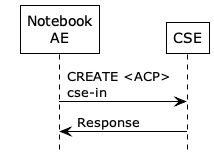
This is images/05/create_acp.png from ankraft/onem2m-jupyter-notebooks, a PlantUML export, as it was before one commit. Its diagram source:
```plantuml
@startuml
hide footbox
!theme plain
skinparam backgroundcolor transparent

participant "Notebook\nAE" as AE
participant "CSE" as CSE

AE -> CSE: CREATE <ACP>\ncse-in
AE <- CSE: Response

@enduml
```
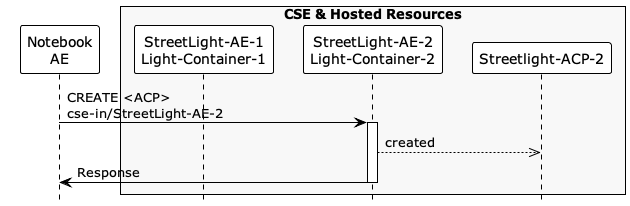
Above is the later version.

Diff of the diagram source:
```diff
@@ -3,10 +3,17 @@
 !theme plain
 skinparam backgroundcolor transparent
 
+
 participant "Notebook\nAE" as AE
-participant "CSE" as CSE
+box "CSE & Hosted Resources" #f8f8f8
+participant "StreetLight-AE-1\nLight-Container-1" as container1
+participant "StreetLight-AE-2\nLight-Container-2" as container2
+participant "Streetlight-ACP-2" as acp2
 
-AE -> CSE: CREATE <ACP>\ncse-in
-AE <- CSE: Response
+end box
+
+AE -> container2 ++: CREATE <ACP>\ncse-in/StreetLight-AE-2
+container2 -->> acp2: created
+AE <- container2 --: Response
 
 @enduml
```
